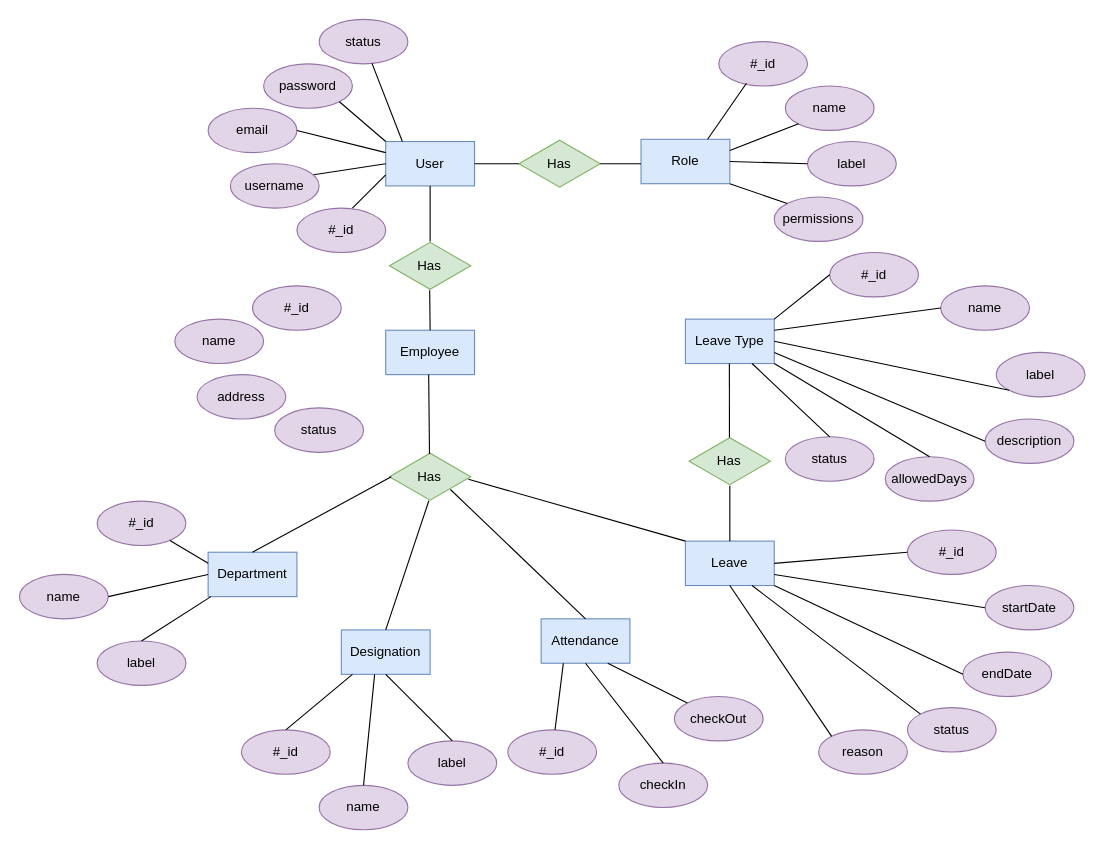
Before: ER.drawio in Vishal-Patar/TimeHarmony, a draw.io diagram. Source tidied: cells renumbered, new cells numbered last; positions are measured from the earlier drawing's top-left corner, leaving out a move shared by most shapes. Both pictures are drawn from the tidied source at 111%, with x=0, y=0 at pixel (19, 19).
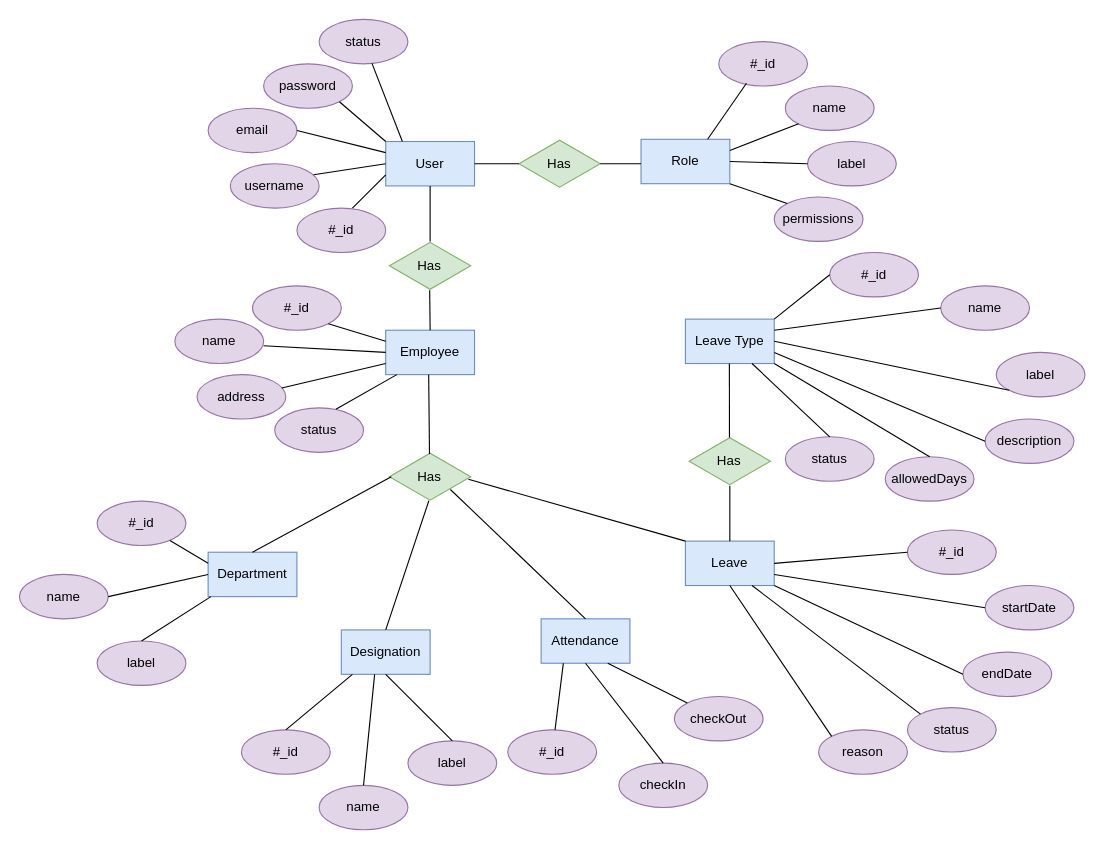
After the change.

The change refers to these unchanged cells:
```xml
<mxCell id="25" value="Employee" style="rounded=0;whiteSpace=wrap;html=1;fillColor=#dae8fc;strokeColor=#6c8ebf;" parent="1" vertex="1">
  <mxGeometry x="330" y="280" width="80" height="40" as="geometry" />
</mxCell>
<mxCell id="29" value="#_id" style="ellipse;whiteSpace=wrap;html=1;fillColor=#e1d5e7;strokeColor=#9673a6;" parent="1" vertex="1">
  <mxGeometry x="210" y="240" width="80" height="40" as="geometry" />
</mxCell>
<mxCell id="31" value="address" style="ellipse;whiteSpace=wrap;html=1;fillColor=#e1d5e7;strokeColor=#9673a6;" parent="1" vertex="1">
  <mxGeometry x="160" y="320" width="80" height="40" as="geometry" />
</mxCell>
<mxCell id="32" value="status" style="ellipse;whiteSpace=wrap;html=1;fillColor=#e1d5e7;strokeColor=#9673a6;" parent="1" vertex="1">
  <mxGeometry x="230" y="350" width="80" height="40" as="geometry" />
</mxCell>
```

The edit, as a diff of the source:
```diff
@@
+    <mxCell id="87" style="endArrow=none;html=1;rounded=0;entryX=0;entryY=0.5;entryDx=0;entryDy=0;exitX=0.954;exitY=0.303;exitDx=0;exitDy=0;exitPerimeter=0;" parent="1" edge="1" source="31">
+      <mxGeometry relative="1" as="geometry">
+        <mxPoint x="330" y="310" as="targetPoint" />
+      </mxGeometry>
+    </mxCell>
+    <mxCell id="88" style="endArrow=none;html=1;rounded=0;entryX=0;entryY=0.5;entryDx=0;entryDy=0;exitX=0.689;exitY=0.03;exitDx=0;exitDy=0;exitPerimeter=0;" parent="1" edge="1" source="32">
+      <mxGeometry relative="1" as="geometry">
+        <mxPoint x="340" y="320" as="targetPoint" />
+      </mxGeometry>
+    </mxCell>
+    <mxCell id="89" style="endArrow=none;html=1;rounded=0;entryX=0;entryY=0.5;entryDx=0;entryDy=0;" parent="1" edge="1" target="25">
+      <mxGeometry relative="1" as="geometry">
+        <mxPoint x="220" y="294" as="sourcePoint" />
+      </mxGeometry>
+    </mxCell>
+    <mxCell id="90" style="endArrow=none;html=1;rounded=0;entryX=0;entryY=0.25;entryDx=0;entryDy=0;exitX=1;exitY=1;exitDx=0;exitDy=0;" parent="1" edge="1" source="29" target="25">
+      <mxGeometry relative="1" as="geometry" />
+    </mxCell>
```
